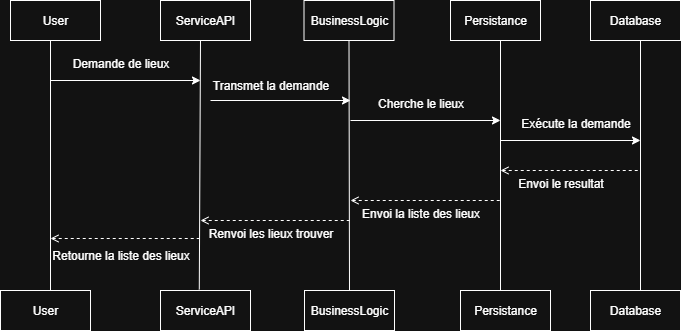
ST-GuY/holbertonschool-hbnb keeps this draw.io diagram as part1/diagram/DiagramDemande.png. Above is the earlier version. Source tidied: cells renumbered, new cells last; positions are measured from the earlier drawing's top-left corner, leaving out a move shared by most shapes.
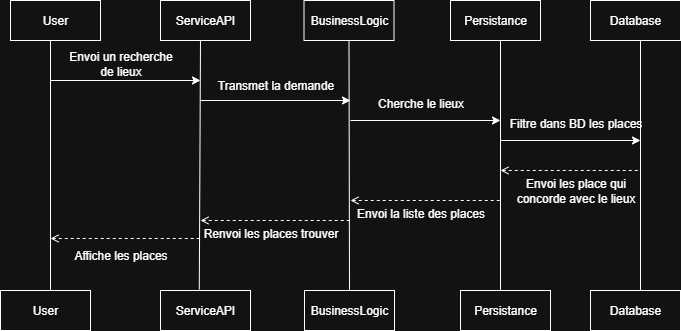
The same diagram one commit later.

What changed in the source:
```diff
@@ -68,7 +68,7 @@
     </mxCell>
     <mxCell id="18" style="endArrow=classic;html=1;rounded=0;" parent="1" edge="1">
       <mxGeometry relative="1" as="geometry">
-        <mxPoint x="210" y="100" as="sourcePoint" />
+        <mxPoint x="200" y="100" as="sourcePoint" />
         <mxPoint x="350" y="100" as="targetPoint" />
       </mxGeometry>
     </mxCell>
@@ -102,23 +102,23 @@
         <mxPoint x="350" y="220" as="targetPoint" />
       </mxGeometry>
     </mxCell>
-    <mxCell id="24" value="Demande de lieux" style="text;html=1;align=center;verticalAlign=middle;strokeColor=none;fillColor=none;" parent="1" vertex="1">
-      <mxGeometry x="60" y="48" width="120" height="30" as="geometry" />
+    <mxCell id="24" value="Envoi un recherche&lt;div&gt;de lieux&lt;/div&gt;" style="text;html=1;align=center;verticalAlign=middle;strokeColor=none;fillColor=none;" parent="1" vertex="1">
+      <mxGeometry x="55" y="43" width="130" height="40" as="geometry" />
     </mxCell>
     <mxCell id="25" value="Transmet la demande" style="text;html=1;align=center;verticalAlign=middle;strokeColor=none;fillColor=none;" parent="1" vertex="1">
-      <mxGeometry x="200" y="70" width="140" height="30" as="geometry" />
+      <mxGeometry x="205" y="70" width="140" height="30" as="geometry" />
     </mxCell>
     <mxCell id="26" value="Cherche le lieux" style="text;html=1;align=center;verticalAlign=middle;strokeColor=none;fillColor=none;" parent="1" vertex="1">
       <mxGeometry x="365" y="88" width="110" height="30" as="geometry" />
     </mxCell>
-    <mxCell id="27" value="Exécute la demande" style="text;html=1;align=center;verticalAlign=middle;strokeColor=none;fillColor=none;" parent="1" vertex="1">
-      <mxGeometry x="510" y="108" width="130" height="30" as="geometry" />
+    <mxCell id="27" value="Filtre dans BD les places" style="text;html=1;align=center;verticalAlign=middle;strokeColor=none;fillColor=none;" parent="1" vertex="1">
+      <mxGeometry x="495" y="108" width="160" height="30" as="geometry" />
     </mxCell>
-    <mxCell id="28" value="Envoi le resultat" style="text;html=1;align=center;verticalAlign=middle;strokeColor=none;fillColor=none;" parent="1" vertex="1">
-      <mxGeometry x="505" y="168" width="110" height="30" as="geometry" />
+    <mxCell id="28" value="Envoi les place qui&lt;div&gt;concorde avec le lieux&lt;/div&gt;" style="text;html=1;align=center;verticalAlign=middle;strokeColor=none;fillColor=none;" parent="1" vertex="1">
+      <mxGeometry x="505" y="170" width="140" height="40" as="geometry" />
     </mxCell>
-    <mxCell id="29" value="Envoi la liste des lieux" style="text;html=1;align=center;verticalAlign=middle;strokeColor=none;fillColor=none;" parent="1" vertex="1">
-      <mxGeometry x="350" y="198" width="140" height="30" as="geometry" />
+    <mxCell id="29" value="Envoi la liste des places" style="text;html=1;align=center;verticalAlign=middle;strokeColor=none;fillColor=none;" parent="1" vertex="1">
+      <mxGeometry x="345" y="198" width="150" height="30" as="geometry" />
     </mxCell>
     <mxCell id="30" style="endArrow=none;dashed=1;html=1;rounded=0;startArrow=open;startFill=0;" parent="1" edge="1">
       <mxGeometry relative="1" as="geometry">
@@ -126,11 +126,11 @@
         <mxPoint x="200" y="238" as="targetPoint" />
       </mxGeometry>
     </mxCell>
-    <mxCell id="31" value="Retourne la liste des lieux" style="text;html=1;align=center;verticalAlign=middle;strokeColor=none;fillColor=none;" parent="1" vertex="1">
-      <mxGeometry x="40" y="240" width="160" height="30" as="geometry" />
+    <mxCell id="31" value="Affiche les places" style="text;html=1;align=center;verticalAlign=middle;strokeColor=none;fillColor=none;" parent="1" vertex="1">
+      <mxGeometry x="60" y="240" width="120" height="30" as="geometry" />
     </mxCell>
-    <mxCell id="32" value="Renvoi les lieux trouver" style="text;html=1;align=center;verticalAlign=middle;strokeColor=none;fillColor=none;" parent="1" vertex="1">
-      <mxGeometry x="195" y="218" width="150" height="30" as="geometry" />
+    <mxCell id="32" value="Renvoi les places trouver" style="text;html=1;align=center;verticalAlign=middle;strokeColor=none;fillColor=none;" parent="1" vertex="1">
+      <mxGeometry x="190" y="218" width="160" height="30" as="geometry" />
     </mxCell>
   </root>
 </mxGraphModel>
```
